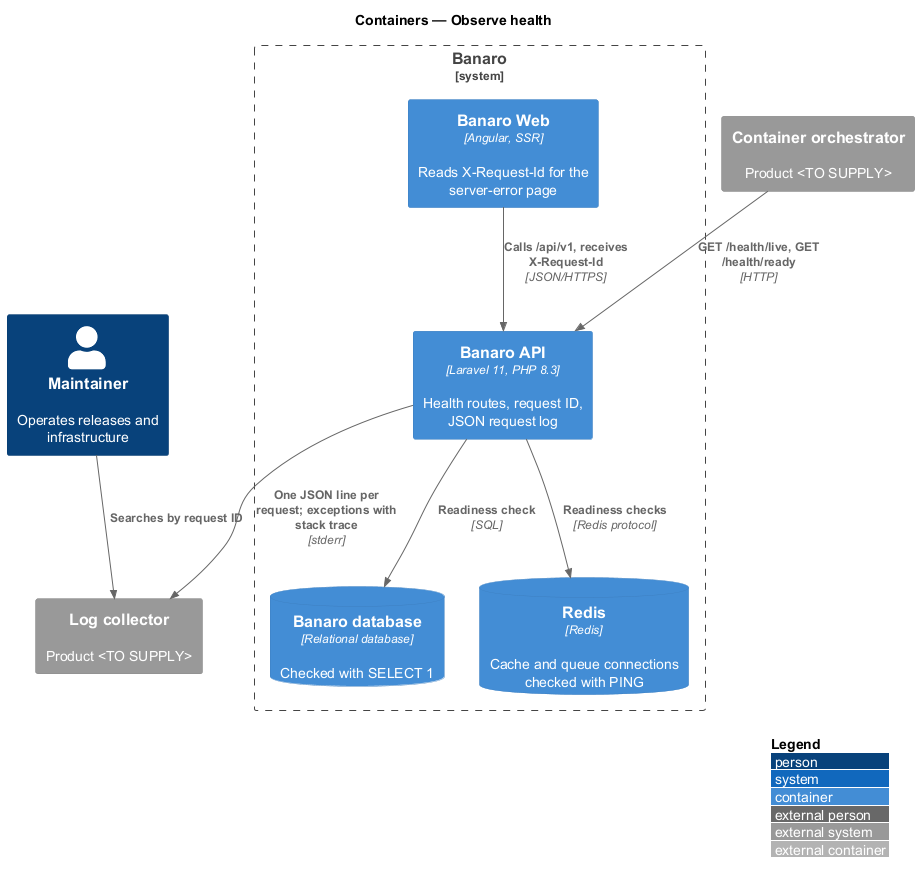
This is docs/detailed-designs/operations/observe-health/diagrams/c4-container.png from QuinntyneBrown/banaro, a PlantUML export, as it was before one commit.
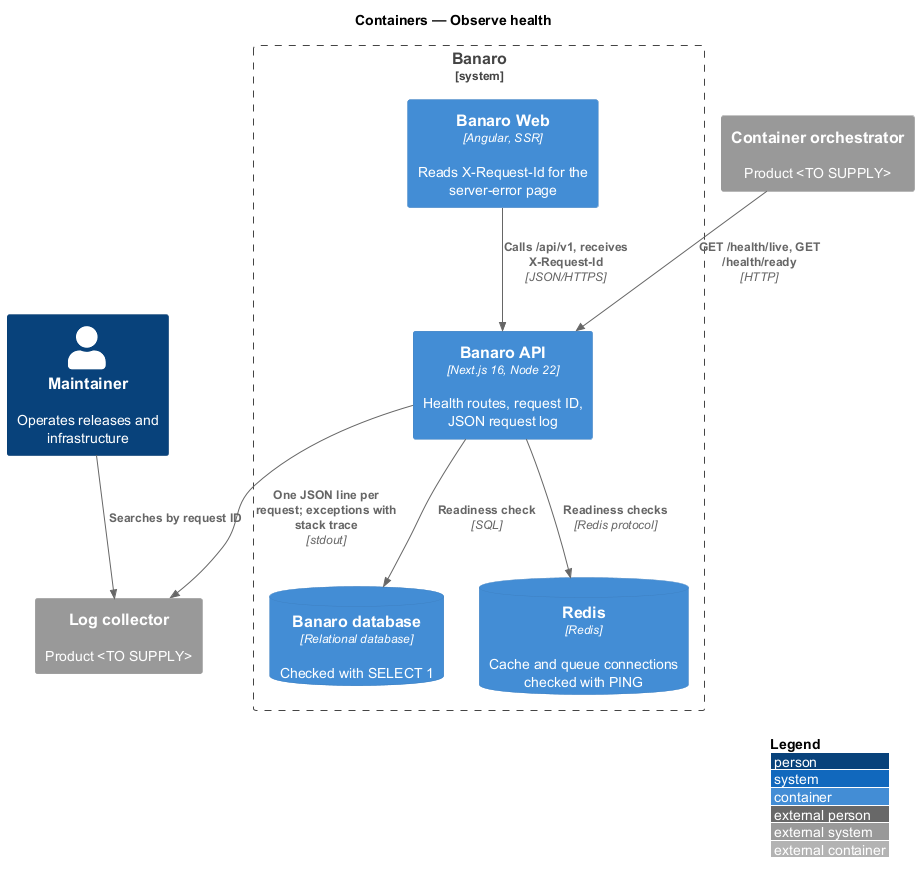
After the commit.

What changed in the source:
```diff
@@ -9,7 +9,7 @@
 
 System_Boundary(banaro, "Banaro") {
   Container(web, "Banaro Web", "Angular, SSR", "Reads X-Request-Id for the server-error page")
-  Container(api, "Banaro API", "Laravel 11, PHP 8.3", "Health routes, request ID, JSON request log")
+  Container(api, "Banaro API", "Next.js 16, Node 22", "Health routes, request ID, JSON request log")
   ContainerDb(db, "Banaro database", "Relational database", "Checked with SELECT 1")
   ContainerDb(redis, "Redis", "Redis", "Cache and queue connections checked with PING")
 }
@@ -18,6 +18,6 @@
 Rel(web, api, "Calls /api/v1, receives X-Request-Id", "JSON/HTTPS")
 Rel(api, db, "Readiness check", "SQL")
 Rel(api, redis, "Readiness checks", "Redis protocol")
-Rel(api, logs, "One JSON line per request; exceptions with stack trace", "stderr")
+Rel(api, logs, "One JSON line per request; exceptions with stack trace", "stdout")
 Rel(maintainer, logs, "Searches by request ID")
 @enduml
```
